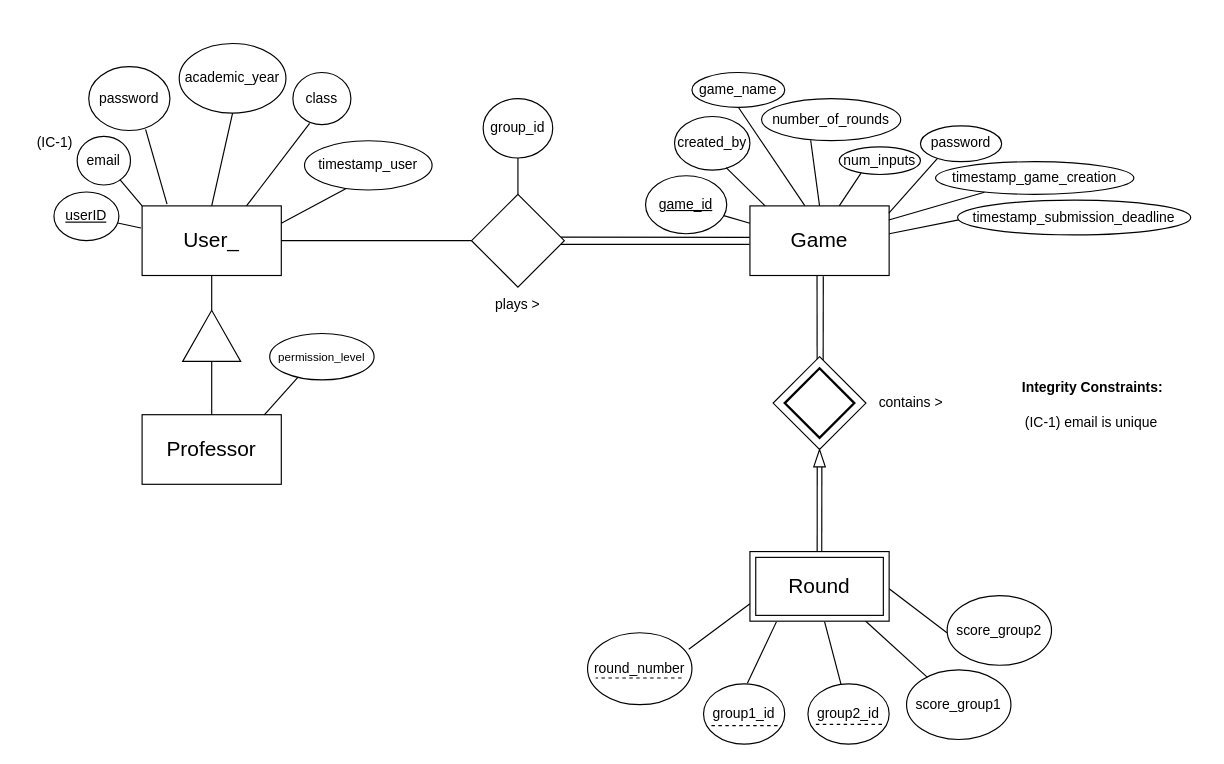
Before: E-R_Model/E-R Model.drawio in bforbesc/AI-Assistant-Competition, a draw.io diagram. Source tidied: cells renumbered, new cells numbered last; positions are measured from the earlier drawing's top-left corner, leaving out a move shared by most shapes. Both pictures are drawn from the tidied source at 116%, with x=0, y=0 at pixel (20, 43).
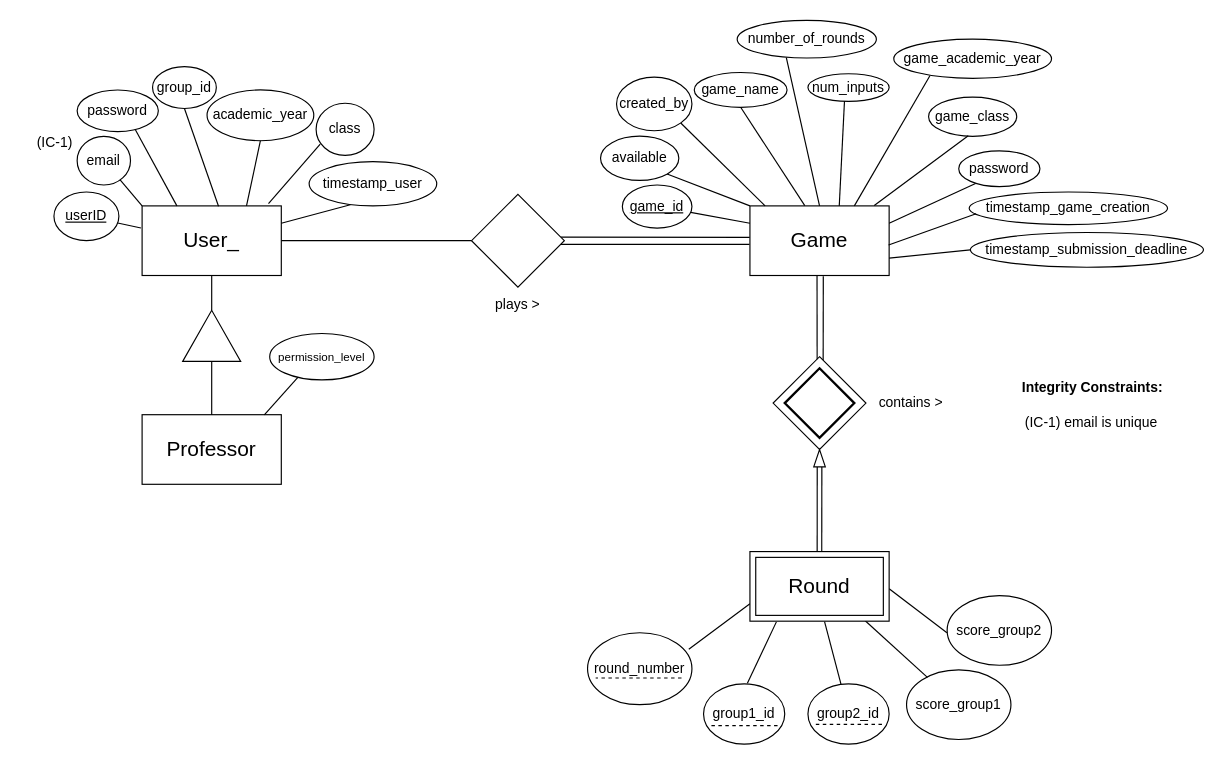
The same page after the edit.

Commit message (it also covers changes not shown here):
Changes in the E-R Model, database, drive handler functions, and Game creation/update

The change refers to these unchanged cells:
```xml
<mxCell id="3" value="User_" style="rounded=0;whiteSpace=wrap;html=1;fontSize=18;" parent="1" vertex="1">
  <mxGeometry x="105" y="140" width="120" height="60" as="geometry" />
</mxCell>
<mxCell id="4" value="Game" style="rounded=0;whiteSpace=wrap;html=1;fontSize=18;" parent="1" vertex="1">
  <mxGeometry x="629" y="140" width="120" height="60" as="geometry" />
</mxCell>
<mxCell id="56" style="rhombus;whiteSpace=wrap;html=1;" parent="1" vertex="1">
  <mxGeometry x="389" y="130" width="80" height="80" as="geometry" />
</mxCell>
```

The edit, as a diff of the source:
```diff
@@
     <mxCell id="5" value="class" style="ellipse;whiteSpace=wrap;html=1;" parent="1" vertex="1">
-      <mxGeometry x="235" y="25" width="50" height="45" as="geometry" />
+      <mxGeometry x="255" y="51.5" width="50" height="45" as="geometry" />
     </mxCell>
@@
     <mxCell id="12" value="timestamp_user" style="ellipse;whiteSpace=wrap;html=1;" parent="1" vertex="1">
-      <mxGeometry x="245" y="83.8" width="110" height="42.5" as="geometry" />
+      <mxGeometry x="249" y="101.9" width="110" height="38.1" as="geometry" />
     </mxCell>
@@
     <mxCell id="16" value="academic_year" style="ellipse;whiteSpace=wrap;html=1;" parent="1" vertex="1">
-      <mxGeometry x="137" width="92" height="60" as="geometry" />
+      <mxGeometry x="161" y="40" width="92" height="43.8" as="geometry" />
     </mxCell>
@@
     <mxCell id="19" value="&lt;u&gt;game_id&lt;/u&gt;" style="ellipse;whiteSpace=wrap;html=1;" parent="1" vertex="1">
-      <mxGeometry x="539" y="114" width="70" height="50" as="geometry" />
+      <mxGeometry x="519" y="122" width="60" height="37.1" as="geometry" />
     </mxCell>
@@
     <mxCell id="21" value="game_name" style="ellipse;whiteSpace=wrap;html=1;" parent="1" vertex="1">
-      <mxGeometry x="579" y="25" width="80" height="30" as="geometry" />
+      <mxGeometry x="581" y="25" width="80" height="30" as="geometry" />
     </mxCell>
@@
     <mxCell id="26" value="number_of_rounds" style="ellipse;whiteSpace=wrap;html=1;" parent="1" vertex="1">
-      <mxGeometry x="639" y="47.5" width="120" height="36.2" as="geometry" />
+      <mxGeometry x="618" y="-20" width="120" height="32.5" as="geometry" />
     </mxCell>
@@
     <mxCell id="28" value="password" style="ellipse;whiteSpace=wrap;html=1;" parent="1" vertex="1">
-      <mxGeometry x="59" y="20" width="70" height="55" as="geometry" />
+      <mxGeometry x="49" y="40.1" width="70" height="35.9" as="geometry" />
     </mxCell>
@@
     <mxCell id="34" value="timestamp_game_creation" style="ellipse;whiteSpace=wrap;html=1;" parent="1" vertex="1">
-      <mxGeometry x="789" y="101.9" width="171" height="28.1" as="geometry" />
+      <mxGeometry x="818" y="128" width="171" height="28.1" as="geometry" />
     </mxCell>
@@
-    <mxCell id="41" style="endArrow=none;html=1;rounded=0;entryX=0.75;entryY=0;entryDx=0;entryDy=0;exitX=0.288;exitY=0.975;exitDx=0;exitDy=0;exitPerimeter=0;" parent="1" edge="1" source="5" target="3">
+    <mxCell id="41" style="endArrow=none;html=1;rounded=0;entryX=0.908;entryY=-0.031;entryDx=0;entryDy=0;exitX=0.071;exitY=0.783;exitDx=0;exitDy=0;exitPerimeter=0;entryPerimeter=0;" parent="1" edge="1" source="5" target="3">
       <mxGeometry relative="1" as="geometry" />
     </mxCell>
-    <mxCell id="42" style="endArrow=none;html=1;rounded=0;entryX=0.5;entryY=0;entryDx=0;entryDy=0;exitX=0.5;exitY=1;exitDx=0;exitDy=0;" parent="1" edge="1" source="16" target="3">
+    <mxCell id="42" style="endArrow=none;html=1;rounded=0;entryX=0.75;entryY=0;entryDx=0;entryDy=0;exitX=0.5;exitY=1;exitDx=0;exitDy=0;" parent="1" edge="1" source="16" target="3">
       <mxGeometry relative="1" as="geometry" />
     </mxCell>
-    <mxCell id="43" style="endArrow=none;html=1;rounded=0;entryX=0.179;entryY=-0.025;entryDx=0;entryDy=0;exitX=0.7;exitY=0.983;exitDx=0;exitDy=0;entryPerimeter=0;exitPerimeter=0;" parent="1" edge="1" source="28" target="3">
+    <mxCell id="43" style="endArrow=none;html=1;rounded=0;entryX=0.25;entryY=0;entryDx=0;entryDy=0;exitX=0.714;exitY=0.941;exitDx=0;exitDy=0;exitPerimeter=0;" parent="1" edge="1" source="28" target="3">
       <mxGeometry relative="1" as="geometry" />
     </mxCell>
@@
-    <mxCell id="50" style="endArrow=none;html=1;rounded=0;entryX=1.006;entryY=0.203;entryDx=0;entryDy=0;entryPerimeter=0;" parent="1" edge="1">
-      <mxGeometry relative="1" as="geometry">
-        <mxPoint x="831.2" y="128.2" as="sourcePoint" />
-        <mxPoint x="748.7" y="152.2" as="targetPoint" />
-      </mxGeometry>
+    <mxCell id="50" style="endArrow=none;html=1;rounded=0;entryX=0.996;entryY=0.561;entryDx=0;entryDy=0;entryPerimeter=0;exitX=0.035;exitY=0.668;exitDx=0;exitDy=0;exitPerimeter=0;" parent="1" edge="1" source="34" target="4">
+      <mxGeometry relative="1" as="geometry" />
     </mxCell>
@@
     <mxCell id="60" value="num_inputs" style="ellipse;whiteSpace=wrap;html=1;" parent="1" vertex="1">
-      <mxGeometry x="706" y="89.1" width="70" height="23.8" as="geometry" />
+      <mxGeometry x="679" y="26.1" width="70" height="23.8" as="geometry" />
     </mxCell>
-    <mxCell id="61" style="endArrow=none;html=1;rounded=0;entryX=0.967;entryY=-0.013;entryDx=0;entryDy=0;exitX=0.268;exitY=0.953;exitDx=0;exitDy=0;entryPerimeter=0;exitPerimeter=0;" parent="1" edge="1" source="60">
+    <mxCell id="61" style="endArrow=none;html=1;rounded=0;entryX=0.967;entryY=-0.013;entryDx=0;entryDy=0;exitX=0.45;exitY=0.984;exitDx=0;exitDy=0;entryPerimeter=0;exitPerimeter=0;" parent="1" edge="1" source="60">
       <mxGeometry relative="1" as="geometry">
         <mxPoint x="706" y="140" as="targetPoint" />
       </mxGeometry>
     </mxCell>
     <mxCell id="62" value="password" style="ellipse;whiteSpace=wrap;html=1;" parent="1" vertex="1">
-      <mxGeometry x="776" y="71" width="70" height="30.9" as="geometry" />
+      <mxGeometry x="809" y="92.5" width="70" height="30.9" as="geometry" />
     </mxCell>
-    <mxCell id="63" style="endArrow=none;html=1;rounded=0;entryX=0.998;entryY=0.104;entryDx=0;entryDy=0;exitX=0.207;exitY=0.913;exitDx=0;exitDy=0;exitPerimeter=0;entryPerimeter=0;" parent="1" edge="1" source="62" target="4">
+    <mxCell id="63" style="endArrow=none;html=1;rounded=0;entryX=1;entryY=0.25;entryDx=0;entryDy=0;exitX=0.207;exitY=0.913;exitDx=0;exitDy=0;exitPerimeter=0;" parent="1" edge="1" source="62" target="4">
       <mxGeometry relative="1" as="geometry" />
     </mxCell>
     <mxCell id="64" value="created_by" style="ellipse;whiteSpace=wrap;html=1;" parent="1" vertex="1">
-      <mxGeometry x="564" y="62.9" width="65" height="46.2" as="geometry" />
+      <mxGeometry x="514" y="29" width="65" height="46.2" as="geometry" />
     </mxCell>
-    <mxCell id="65" style="endArrow=none;html=1;rounded=0;entryX=0.109;entryY=0;entryDx=0;entryDy=0;entryPerimeter=0;exitX=0.684;exitY=0.956;exitDx=0;exitDy=0;exitPerimeter=0;" parent="1" edge="1" source="64" target="4">
+    <mxCell id="65" style="endArrow=none;html=1;rounded=0;entryX=0.109;entryY=0;entryDx=0;entryDy=0;entryPerimeter=0;exitX=1;exitY=1;exitDx=0;exitDy=0;" parent="1" edge="1" source="64" target="4">
       <mxGeometry relative="1" as="geometry" />
     </mxCell>
     <mxCell id="66" value="timestamp_submission_deadline" style="ellipse;whiteSpace=wrap;html=1;" parent="1" vertex="1">
-      <mxGeometry x="808" y="135" width="201" height="30" as="geometry" />
+      <mxGeometry x="819" y="162.9" width="201" height="30" as="geometry" />
     </mxCell>
-    <mxCell id="67" style="endArrow=none;html=1;rounded=0;entryX=0.996;entryY=0.859;entryDx=0;entryDy=0;entryPerimeter=0;" parent="1" edge="1">
-      <mxGeometry relative="1" as="geometry">
-        <mxPoint x="809" y="152" as="sourcePoint" />
-        <mxPoint x="749.1" y="164" as="targetPoint" />
-      </mxGeometry>
+    <mxCell id="67" style="endArrow=none;html=1;rounded=0;entryX=1;entryY=0.75;entryDx=0;entryDy=0;exitX=0;exitY=0.5;exitDx=0;exitDy=0;" parent="1" edge="1" source="66" target="4">
+      <mxGeometry relative="1" as="geometry" />
     </mxCell>
     <mxCell id="68" value="group_id" style="ellipse;whiteSpace=wrap;html=1;" parent="1" vertex="1">
-      <mxGeometry x="399" y="47.5" width="60" height="51.2" as="geometry" />
+      <mxGeometry x="114" y="20" width="55" height="36" as="geometry" />
     </mxCell>
-    <mxCell id="69" style="endArrow=none;html=1;rounded=0;entryX=0.5;entryY=0;entryDx=0;entryDy=0;exitX=0.5;exitY=1;exitDx=0;exitDy=0;" parent="1" edge="1" source="68" target="56">
-      <mxGeometry relative="1" as="geometry" />
-    </mxCell>
+    <mxCell id="70" style="endArrow=none;html=1;rounded=0;entryX=0.549;entryY=0.005;entryDx=0;entryDy=0;exitX=0.5;exitY=1;exitDx=0;exitDy=0;entryPerimeter=0;" parent="1" edge="1" source="68" target="3">
+      <mxGeometry relative="1" as="geometry" />
+    </mxCell>
+    <mxCell id="71" value="available" style="ellipse;whiteSpace=wrap;html=1;" parent="1" vertex="1">
+      <mxGeometry x="500.2" y="79.9" width="67.5" height="38.1" as="geometry" />
+    </mxCell>
+    <mxCell id="72" style="endArrow=none;html=1;rounded=0;entryX=0;entryY=0;entryDx=0;entryDy=0;exitX=1;exitY=1;exitDx=0;exitDy=0;" parent="1" edge="1" source="71" target="4">
+      <mxGeometry relative="1" as="geometry" />
+    </mxCell>
+    <mxCell id="73" value="game_academic_year" style="ellipse;whiteSpace=wrap;html=1;" parent="1" vertex="1">
+      <mxGeometry x="753" y="-3.8" width="136" height="33.8" as="geometry" />
+    </mxCell>
+    <mxCell id="74" style="endArrow=none;html=1;rounded=0;entryX=0.75;entryY=0;entryDx=0;entryDy=0;exitX=0.229;exitY=0.935;exitDx=0;exitDy=0;exitPerimeter=0;" parent="1" edge="1" source="73" target="4">
+      <mxGeometry relative="1" as="geometry" />
+    </mxCell>
+    <mxCell id="75" value="game_class" style="ellipse;whiteSpace=wrap;html=1;" parent="1" vertex="1">
+      <mxGeometry x="783" y="46.2" width="76" height="33.8" as="geometry" />
+    </mxCell>
+    <mxCell id="76" style="endArrow=none;html=1;rounded=0;entryX=0.893;entryY=-0.005;entryDx=0;entryDy=0;exitX=0.45;exitY=0.984;exitDx=0;exitDy=0;entryPerimeter=0;exitPerimeter=0;" parent="1" edge="1" source="75" target="4">
+      <mxGeometry relative="1" as="geometry" />
+    </mxCell>
```
